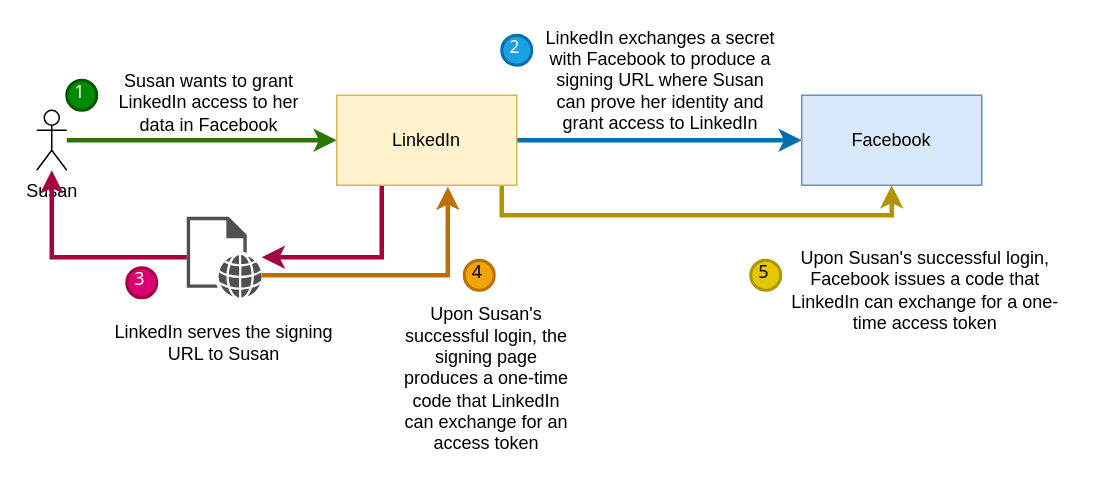
abunuwas/microservices-apis-img keeps this draw.io diagram as page "11.2" (2 of 12) of ch11.drawio. Above is the earlier version. Source tidied: cells renumbered, new cells numbered last; positions are measured from the earlier drawing's top-left corner, leaving out a move shared by most shapes. Both pictures are drawn from the tidied source at 150%, with x=0, y=0 at pixel (36, 34).
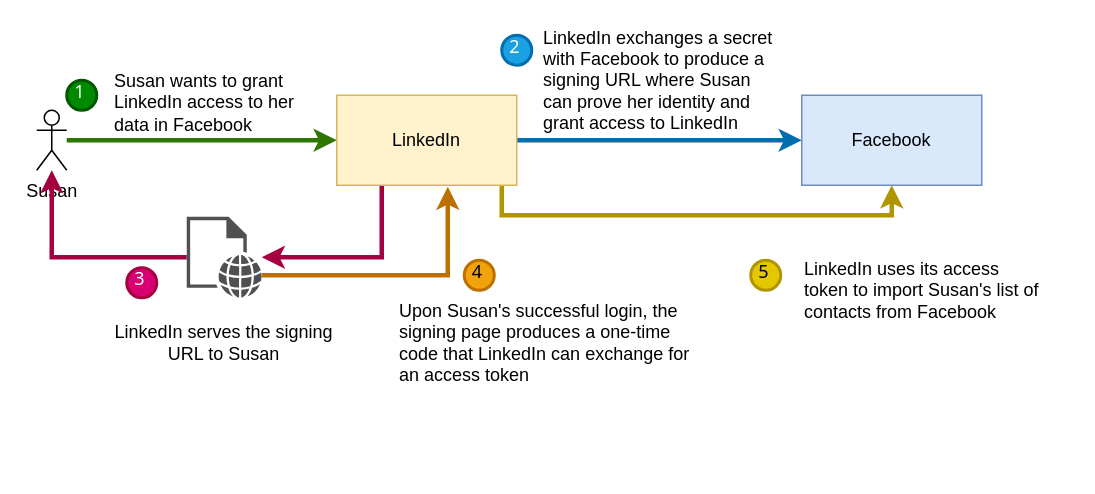
The same page after the edit.

Diff of the diagram source:
```diff
@@
-    <mxCell id="9" value="Susan wants to grant LinkedIn access to her data in Facebook" style="text;html=1;strokeColor=none;fillColor=none;align=center;verticalAlign=middle;whiteSpace=wrap;rounded=0;" parent="1" vertex="1">
+    <mxCell id="9" value="Susan wants to grant LinkedIn access to her data in Facebook" style="text;html=1;strokeColor=none;fillColor=none;align=left;verticalAlign=middle;whiteSpace=wrap;rounded=0;" parent="1" vertex="1">
       <mxGeometry x="50" y="30" width="130" height="30" as="geometry" />
     </mxCell>
-    <mxCell id="10" value="LinkedIn exchanges a secret with Facebook to produce a signing URL where Susan can prove her identity and grant access to LinkedIn" style="text;html=1;strokeColor=none;fillColor=none;align=center;verticalAlign=middle;whiteSpace=wrap;rounded=0;" parent="1" vertex="1">
+    <mxCell id="10" value="LinkedIn exchanges a secret with Facebook to produce a signing URL where Susan can prove her identity and grant access to LinkedIn" style="text;html=1;strokeColor=none;fillColor=none;align=left;verticalAlign=middle;whiteSpace=wrap;rounded=0;" parent="1" vertex="1">
       <mxGeometry x="336.2" width="160" height="60" as="geometry" />
     </mxCell>
@@
-    <mxCell id="12" value="Upon Susan's successful login, Facebook issues a code that LinkedIn can exchange for a one-time access token" style="text;html=1;strokeColor=none;fillColor=none;align=center;verticalAlign=middle;whiteSpace=wrap;rounded=0;" parent="1" vertex="1">
-      <mxGeometry x="496.2" y="155" width="192.5" height="30" as="geometry" />
+    <mxCell id="12" value="LinkedIn uses its access token to import Susan's list of contacts from Facebook" style="text;html=1;strokeColor=none;fillColor=none;align=left;verticalAlign=middle;whiteSpace=wrap;rounded=0;" parent="1" vertex="1">
+      <mxGeometry x="510" y="155" width="163.8" height="30" as="geometry" />
     </mxCell>
@@
-    <mxCell id="20" value="Upon Susan's successful login, the signing page produces a one-time code that LinkedIn can exchange for an access token" style="text;html=1;strokeColor=none;fillColor=none;align=center;verticalAlign=middle;whiteSpace=wrap;rounded=0;" parent="1" vertex="1">
-      <mxGeometry x="240" y="170" width="120" height="118.5" as="geometry" />
+    <mxCell id="20" value="Upon Susan's successful login, the signing page produces a one-time code that LinkedIn can exchange for an access token" style="text;html=1;strokeColor=none;fillColor=none;align=left;verticalAlign=middle;whiteSpace=wrap;rounded=0;" parent="1" vertex="1">
+      <mxGeometry x="240" y="170" width="200" height="70" as="geometry" />
     </mxCell>
```
